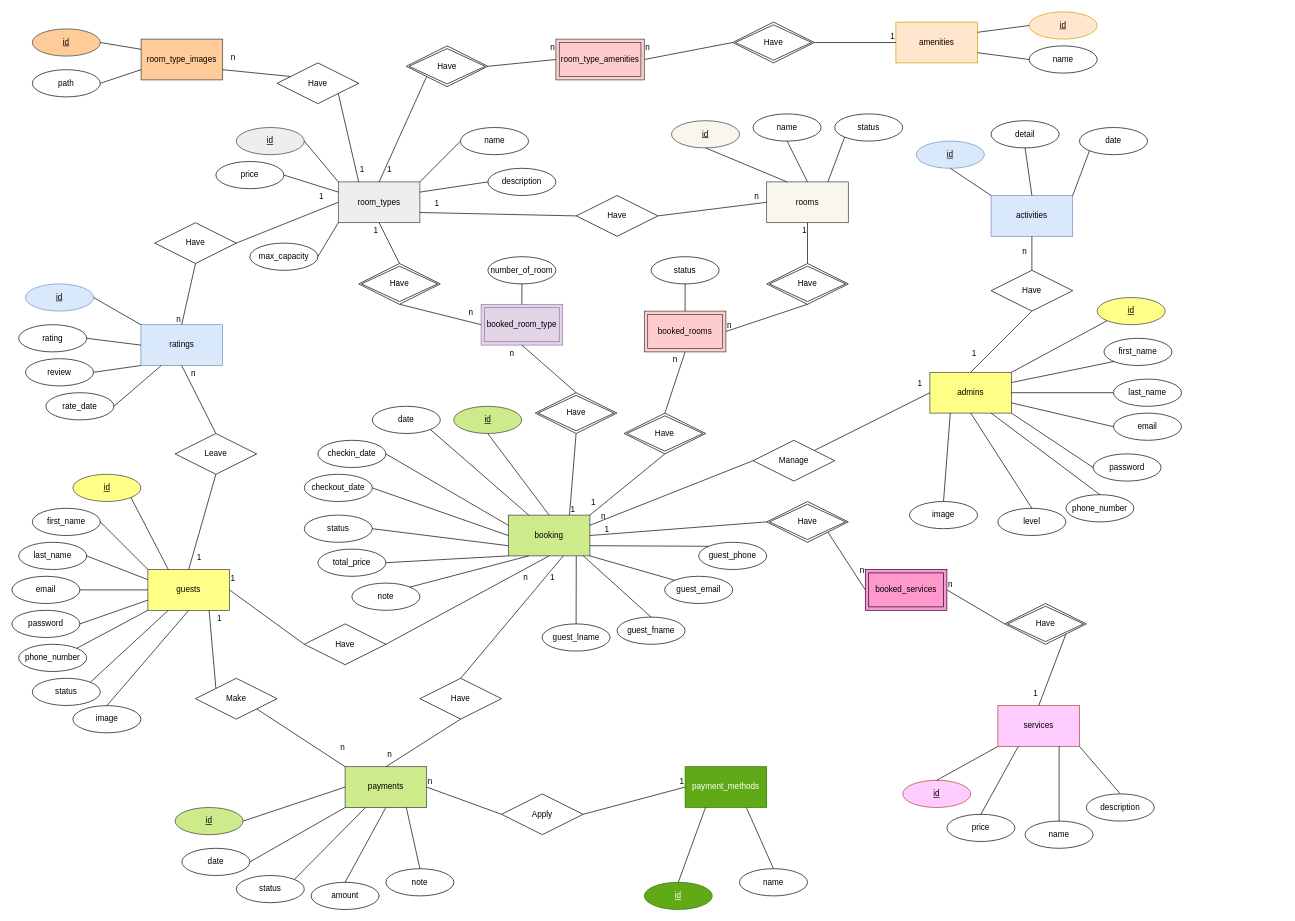
Earlier version of the draw.io diagram db_design/hotel_project2.drawio (tamgtasa2611/hotel_project2). Source tidied: cells renumbered, new cells numbered last; positions are measured from the earlier drawing's top-left corner, leaving out a move shared by most shapes. Both pictures are drawn from the tidied source at 68%, with x=0, y=0 at pixel (12, 12).
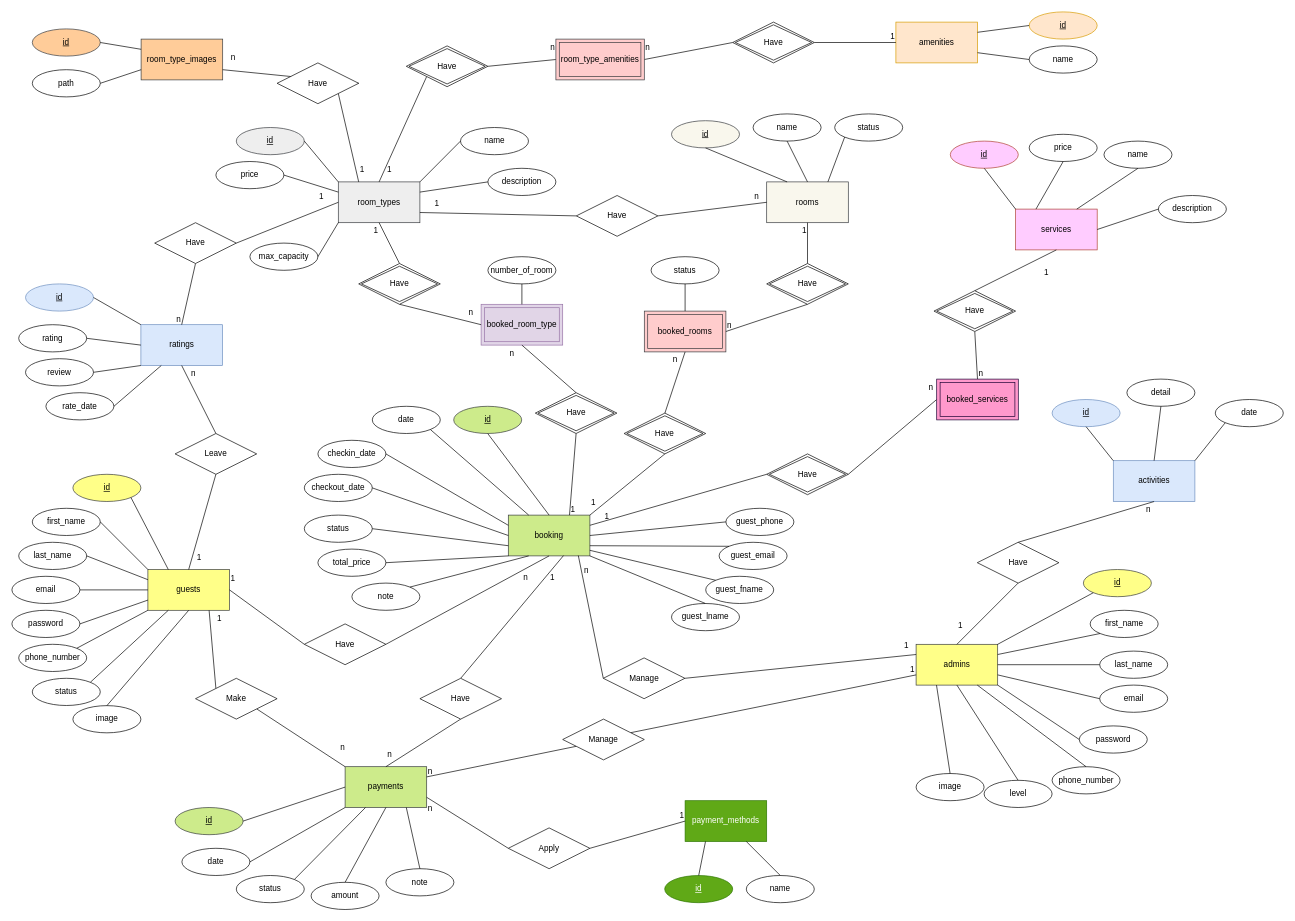
The same page after the edit.

Unchanged cells that the change refers to:
```xml
<mxCell id="7" value="booking" style="rounded=0;whiteSpace=wrap;html=1;fillColor=#cdeb8b;strokeColor=#36393d;" parent="1" vertex="1">
  <mxGeometry x="730" y="740" width="120" height="60" as="geometry" />
</mxCell>
<mxCell id="101" value="payments" style="rounded=0;whiteSpace=wrap;html=1;fillColor=#cdeb8b;strokeColor=#36393d;" parent="1" vertex="1">
  <mxGeometry x="490" y="1110" width="120" height="60" as="geometry" />
</mxCell>
<mxCell id="127" style="endArrow=none;html=1;rounded=0;exitX=0.5;exitY=0;exitDx=0;exitDy=0;entryX=0.5;entryY=1;entryDx=0;entryDy=0;" parent="1" edge="1" source="131" target="120">
  <mxGeometry relative="1" as="geometry" />
</mxCell>
```

Change to the diagram source:
```diff
@@
     <mxCell id="3" value="admins" style="rounded=0;whiteSpace=wrap;html=1;fillColor=#ffff88;strokeColor=#36393d;" parent="1" vertex="1">
-      <mxGeometry x="1350" y="530" width="120" height="60" as="geometry" />
+      <mxGeometry x="1329.7" y="930" width="120" height="60" as="geometry" />
     </mxCell>
@@
     <mxCell id="52" value="&lt;u&gt;id&lt;/u&gt;" style="ellipse;whiteSpace=wrap;html=1;align=center;fillColor=#ffff88;strokeColor=#36393d;" parent="1" vertex="1">
-      <mxGeometry x="1596" y="420" width="100" height="40" as="geometry" />
+      <mxGeometry x="1575.7" y="820" width="100" height="40" as="geometry" />
     </mxCell>
     <mxCell id="53" value="first_name" style="ellipse;whiteSpace=wrap;html=1;align=center;" parent="1" vertex="1">
-      <mxGeometry x="1606" y="480" width="100" height="40" as="geometry" />
+      <mxGeometry x="1585.7" y="880" width="100" height="40" as="geometry" />
     </mxCell>
     <mxCell id="54" value="email" style="ellipse;whiteSpace=wrap;html=1;align=center;" parent="1" vertex="1">
-      <mxGeometry x="1620" y="590" width="100" height="40" as="geometry" />
+      <mxGeometry x="1599.7" y="990" width="100" height="40" as="geometry" />
     </mxCell>
     <mxCell id="55" value="phone_number" style="ellipse;whiteSpace=wrap;html=1;align=center;" parent="1" vertex="1">
-      <mxGeometry x="1550" y="710" width="100" height="40" as="geometry" />
+      <mxGeometry x="1529.7" y="1110" width="100" height="40" as="geometry" />
     </mxCell>
@@
     <mxCell id="60" value="password" style="ellipse;whiteSpace=wrap;html=1;align=center;" parent="1" vertex="1">
-      <mxGeometry x="1590" y="650" width="100" height="40" as="geometry" />
+      <mxGeometry x="1569.7" y="1050" width="100" height="40" as="geometry" />
     </mxCell>
@@
-    <mxCell id="68" style="endArrow=none;html=1;rounded=0;exitX=1;exitY=0;exitDx=0;exitDy=0;entryX=0;entryY=0.5;entryDx=0;entryDy=0;" parent="1" edge="1" source="72" target="3">
+    <mxCell id="68" style="endArrow=none;html=1;rounded=0;exitX=1;exitY=0.5;exitDx=0;exitDy=0;entryX=0;entryY=0.25;entryDx=0;entryDy=0;" parent="1" edge="1" source="72" target="3">
       <mxGeometry relative="1" as="geometry" />
     </mxCell>
@@
-    <mxCell id="70" style="endArrow=none;html=1;rounded=0;exitX=1;exitY=0.25;exitDx=0;exitDy=0;entryX=0;entryY=0.5;entryDx=0;entryDy=0;" parent="1" edge="1" source="7" target="72">
+    <mxCell id="70" style="endArrow=none;html=1;rounded=0;entryX=0;entryY=0.5;entryDx=0;entryDy=0;exitX=0.858;exitY=0.992;exitDx=0;exitDy=0;exitPerimeter=0;" parent="1" edge="1" source="7" target="72">
       <mxGeometry relative="1" as="geometry" />
     </mxCell>
     <mxCell id="71" value="n" style="html=1;whiteSpace=wrap;align=left;verticalAlign=bottom;" parent="70" vertex="1">
       <mxGeometry x="-1" relative="1" as="geometry">
-        <mxPoint x="15" y="-5" as="offset" />
+        <mxPoint x="7" y="30" as="offset" />
       </mxGeometry>
     </mxCell>
     <mxCell id="72" value="Manage" style="shape=rhombus;perimeter=rhombusPerimeter;whiteSpace=wrap;html=1;align=center;" parent="1" vertex="1">
-      <mxGeometry x="1090" y="630" width="120" height="60" as="geometry" />
+      <mxGeometry x="869.7" y="950" width="120" height="60" as="geometry" />
     </mxCell>
@@
     <mxCell id="95" value="level" style="ellipse;whiteSpace=wrap;html=1;align=center;" parent="1" vertex="1">
-      <mxGeometry x="1450" y="730" width="100" height="40" as="geometry" />
+      <mxGeometry x="1429.7" y="1130" width="100" height="40" as="geometry" />
     </mxCell>
@@
     <mxCell id="97" value="last_name" style="ellipse;whiteSpace=wrap;html=1;align=center;" parent="1" vertex="1">
-      <mxGeometry x="1620" y="540" width="100" height="40" as="geometry" />
+      <mxGeometry x="1599.7" y="940" width="100" height="40" as="geometry" />
     </mxCell>
@@
     <mxCell id="99" value="image" style="ellipse;whiteSpace=wrap;html=1;align=center;" parent="1" vertex="1">
-      <mxGeometry x="1320" y="720" width="100" height="40" as="geometry" />
+      <mxGeometry x="1329.7" y="1120" width="100" height="40" as="geometry" />
     </mxCell>
@@
     <mxCell id="120" value="activities" style="rounded=0;whiteSpace=wrap;html=1;fillColor=#dae8fc;strokeColor=#6c8ebf;" parent="1" vertex="1">
-      <mxGeometry x="1440" y="270" width="120" height="60" as="geometry" />
+      <mxGeometry x="1619.7" y="660" width="120" height="60" as="geometry" />
     </mxCell>
     <mxCell id="121" value="&lt;u&gt;id&lt;/u&gt;" style="ellipse;whiteSpace=wrap;html=1;align=center;fillColor=#dae8fc;strokeColor=#6c8ebf;" parent="1" vertex="1">
-      <mxGeometry x="1330" y="190" width="100" height="40" as="geometry" />
+      <mxGeometry x="1529.7" y="570" width="100" height="40" as="geometry" />
     </mxCell>
@@
     <mxCell id="123" value="date" style="ellipse;whiteSpace=wrap;html=1;align=center;" parent="1" vertex="1">
-      <mxGeometry x="1570" y="170" width="100" height="40" as="geometry" />
+      <mxGeometry x="1769.7" y="570" width="100" height="40" as="geometry" />
     </mxCell>
@@
     <mxCell id="125" value="detail" style="ellipse;whiteSpace=wrap;html=1;align=center;" parent="1" vertex="1">
-      <mxGeometry x="1440" y="160" width="100" height="40" as="geometry" />
+      <mxGeometry x="1639.7" y="540" width="100" height="40" as="geometry" />
     </mxCell>
@@
     <mxCell id="128" value="n" style="html=1;whiteSpace=wrap;align=right;verticalAlign=bottom;" parent="127" vertex="1">
       <mxGeometry x="1" relative="1" as="geometry">
-        <mxPoint x="-6" y="30" as="offset" />
+        <mxPoint x="-4" y="20" as="offset" />
       </mxGeometry>
     </mxCell>
@@
     <mxCell id="131" value="Have" style="shape=rhombus;perimeter=rhombusPerimeter;whiteSpace=wrap;html=1;align=center;" parent="1" vertex="1">
-      <mxGeometry x="1440" y="380" width="120" height="60" as="geometry" />
+      <mxGeometry x="1419.7" y="780" width="120" height="60" as="geometry" />
     </mxCell>
     <mxCell id="132" value="payment_methods" style="rounded=0;whiteSpace=wrap;html=1;fillColor=#60a917;strokeColor=#2D7600;fontColor=#ffffff;" parent="1" vertex="1">
-      <mxGeometry x="990" y="1110" width="120" height="60" as="geometry" />
+      <mxGeometry x="990" y="1160" width="120" height="60" as="geometry" />
     </mxCell>
     <mxCell id="133" value="&lt;u&gt;id&lt;/u&gt;" style="ellipse;whiteSpace=wrap;html=1;align=center;fillColor=#60a917;strokeColor=#2D7600;fontColor=#ffffff;" parent="1" vertex="1">
-      <mxGeometry x="930" y="1280" width="100" height="40" as="geometry" />
+      <mxGeometry x="960" y="1270" width="100" height="40" as="geometry" />
     </mxCell>
     <mxCell id="134" value="name" style="ellipse;whiteSpace=wrap;html=1;align=center;" parent="1" vertex="1">
-      <mxGeometry x="1070" y="1260" width="100" height="40" as="geometry" />
+      <mxGeometry x="1080" y="1270" width="100" height="40" as="geometry" />
     </mxCell>
@@
-    <mxCell id="139" style="endArrow=none;html=1;rounded=0;exitX=1;exitY=0.5;exitDx=0;exitDy=0;entryX=0;entryY=0.5;entryDx=0;entryDy=0;" parent="1" edge="1" source="101" target="141">
+    <mxCell id="139" style="endArrow=none;html=1;rounded=0;exitX=1;exitY=0.75;exitDx=0;exitDy=0;entryX=0;entryY=0.5;entryDx=0;entryDy=0;" parent="1" edge="1" source="101" target="141">
       <mxGeometry relative="1" as="geometry" />
     </mxCell>
     <mxCell id="140" value="n" style="html=1;whiteSpace=wrap;align=left;verticalAlign=bottom;" parent="139" vertex="1">
-      <mxGeometry x="-1" relative="1" as="geometry" />
+      <mxGeometry x="-1" relative="1" as="geometry">
+        <mxPoint y="25" as="offset" />
+      </mxGeometry>
     </mxCell>
     <mxCell id="141" value="Apply" style="shape=rhombus;perimeter=rhombusPerimeter;whiteSpace=wrap;html=1;align=center;" parent="1" vertex="1">
-      <mxGeometry x="720" y="1150" width="120" height="60" as="geometry" />
+      <mxGeometry x="730" y="1200" width="120" height="60" as="geometry" />
     </mxCell>
@@
     <mxCell id="161" value="services" style="rounded=0;whiteSpace=wrap;html=1;fillColor=#FFCCFF;strokeColor=#ae4132;" parent="1" vertex="1">
-      <mxGeometry x="1450" y="1020.2" width="120" height="60" as="geometry" />
+      <mxGeometry x="1476" y="290" width="120" height="60" as="geometry" />
     </mxCell>
-    <mxCell id="162" style="endArrow=none;html=1;rounded=0;exitX=1;exitY=1;exitDx=0;exitDy=0;entryX=0;entryY=0.5;entryDx=0;entryDy=0;" parent="1" edge="1" source="190" target="187">
+    <mxCell id="162" style="endArrow=none;html=1;rounded=0;exitX=1;exitY=0.5;exitDx=0;exitDy=0;entryX=0;entryY=0.5;entryDx=0;entryDy=0;" parent="1" edge="1" source="190" target="187">
       <mxGeometry relative="1" as="geometry" />
     </mxCell>
     <mxCell id="163" value="n" style="html=1;whiteSpace=wrap;align=right;verticalAlign=bottom;" parent="162" vertex="1">
       <mxGeometry x="1" relative="1" as="geometry">
-        <mxPoint y="-20" as="offset" />
+        <mxPoint x="-4" y="-10" as="offset" />
       </mxGeometry>
     </mxCell>
-    <mxCell id="164" style="endArrow=none;html=1;rounded=0;entryX=0;entryY=0.5;entryDx=0;entryDy=0;exitX=1;exitY=0.5;exitDx=0;exitDy=0;" parent="1" edge="1" source="7" target="190">
+    <mxCell id="164" style="endArrow=none;html=1;rounded=0;entryX=0;entryY=0.5;entryDx=0;entryDy=0;exitX=1;exitY=0.25;exitDx=0;exitDy=0;" parent="1" edge="1" source="7" target="190">
       <mxGeometry relative="1" as="geometry" />
     </mxCell>
     <mxCell id="165" value="1" style="html=1;whiteSpace=wrap;align=left;verticalAlign=bottom;" parent="164" vertex="1">
       <mxGeometry x="-1" relative="1" as="geometry">
-        <mxPoint x="20" as="offset" />
+        <mxPoint x="20" y="-5" as="offset" />
       </mxGeometry>
     </mxCell>
-    <mxCell id="166" style="endArrow=none;html=1;rounded=0;exitX=1;exitY=1;exitDx=0;exitDy=0;entryX=0.5;entryY=0;entryDx=0;entryDy=0;" parent="1" edge="1" source="191" target="161">
+    <mxCell id="166" style="endArrow=none;html=1;rounded=0;exitX=0.5;exitY=0;exitDx=0;exitDy=0;entryX=0.5;entryY=1;entryDx=0;entryDy=0;" parent="1" edge="1" source="191" target="161">
       <mxGeometry relative="1" as="geometry" />
     </mxCell>
     <mxCell id="167" value="1" style="html=1;whiteSpace=wrap;align=right;verticalAlign=bottom;" parent="166" vertex="1">
       <mxGeometry x="1" relative="1" as="geometry">
-        <mxPoint y="-10" as="offset" />
+        <mxPoint x="-10" y="41" as="offset" />
       </mxGeometry>
     </mxCell>
-    <mxCell id="168" style="endArrow=none;html=1;rounded=0;exitX=1;exitY=0.5;exitDx=0;exitDy=0;entryX=0;entryY=0.5;entryDx=0;entryDy=0;" parent="1" edge="1" source="187" target="191">
+    <mxCell id="168" style="endArrow=none;html=1;rounded=0;exitX=0.5;exitY=0;exitDx=0;exitDy=0;entryX=0.5;entryY=1;entryDx=0;entryDy=0;" parent="1" edge="1" source="187" target="191">
       <mxGeometry relative="1" as="geometry" />
     </mxCell>
@@
     <mxCell id="170" value="&lt;u&gt;id&lt;/u&gt;" style="ellipse;whiteSpace=wrap;html=1;align=center;fillColor=#FFCCFF;strokeColor=#ae4132;" parent="1" vertex="1">
-      <mxGeometry x="1310" y="1130" width="100" height="40" as="geometry" />
+      <mxGeometry x="1380" y="190" width="100" height="40" as="geometry" />
     </mxCell>
-    <mxCell id="171" style="endArrow=none;html=1;rounded=0;exitX=0;exitY=1;exitDx=0;exitDy=0;entryX=0.5;entryY=0;entryDx=0;entryDy=0;" parent="1" edge="1" source="161" target="170">
+    <mxCell id="171" style="endArrow=none;html=1;rounded=0;exitX=0;exitY=0;exitDx=0;exitDy=0;entryX=0.5;entryY=1;entryDx=0;entryDy=0;" parent="1" edge="1" source="161" target="170">
       <mxGeometry relative="1" as="geometry" />
     </mxCell>
     <mxCell id="172" value="name" style="ellipse;whiteSpace=wrap;html=1;align=center;" parent="1" vertex="1">
-      <mxGeometry x="1490" y="1190" width="100" height="40" as="geometry" />
+      <mxGeometry x="1606" y="190" width="100" height="40" as="geometry" />
     </mxCell>
-    <mxCell id="173" style="endArrow=none;html=1;rounded=0;entryX=0.75;entryY=1;entryDx=0;entryDy=0;exitX=0.5;exitY=0;exitDx=0;exitDy=0;" parent="1" edge="1" source="172" target="161">
+    <mxCell id="173" style="endArrow=none;html=1;rounded=0;entryX=0.75;entryY=0;entryDx=0;entryDy=0;exitX=0.5;exitY=1;exitDx=0;exitDy=0;" parent="1" edge="1" source="172" target="161">
       <mxGeometry relative="1" as="geometry" />
     </mxCell>
     <mxCell id="174" value="description" style="ellipse;whiteSpace=wrap;html=1;align=center;" parent="1" vertex="1">
-      <mxGeometry x="1580" y="1150" width="100" height="40" as="geometry" />
+      <mxGeometry x="1686" y="270" width="100" height="40" as="geometry" />
     </mxCell>
-    <mxCell id="175" style="endArrow=none;html=1;rounded=0;entryX=1;entryY=1;entryDx=0;entryDy=0;exitX=0.5;exitY=0;exitDx=0;exitDy=0;" parent="1" edge="1" source="174" target="161">
+    <mxCell id="175" style="endArrow=none;html=1;rounded=0;entryX=1;entryY=0.5;entryDx=0;entryDy=0;exitX=0;exitY=0.5;exitDx=0;exitDy=0;" parent="1" edge="1" source="174" target="161">
       <mxGeometry relative="1" as="geometry" />
     </mxCell>
@@
     <mxCell id="183" value="price" style="ellipse;whiteSpace=wrap;html=1;align=center;" parent="1" vertex="1">
-      <mxGeometry x="1375" y="1180" width="100" height="40" as="geometry" />
+      <mxGeometry x="1496" y="180" width="100" height="40" as="geometry" />
     </mxCell>
-    <mxCell id="184" style="endArrow=none;html=1;rounded=0;entryX=0.25;entryY=1;entryDx=0;entryDy=0;exitX=0.5;exitY=0;exitDx=0;exitDy=0;" parent="1" edge="1" source="183" target="161">
+    <mxCell id="184" style="endArrow=none;html=1;rounded=0;entryX=0.25;entryY=0;entryDx=0;entryDy=0;exitX=0.5;exitY=1;exitDx=0;exitDy=0;" parent="1" edge="1" source="183" target="161">
       <mxGeometry relative="1" as="geometry" />
     </mxCell>
@@
     <mxCell id="187" value="booked_services" style="shape=ext;margin=3;double=1;whiteSpace=wrap;html=1;align=center;fillColor=#ff99cc;strokeColor=#190033;" parent="1" vertex="1">
-      <mxGeometry x="1255" y="820" width="120" height="60" as="geometry" />
+      <mxGeometry x="1360" y="540" width="120" height="60" as="geometry" />
     </mxCell>
@@
     <mxCell id="190" value="Have" style="shape=rhombus;double=1;perimeter=rhombusPerimeter;whiteSpace=wrap;html=1;align=center;" parent="1" vertex="1">
-      <mxGeometry x="1110" y="720" width="120" height="60" as="geometry" />
+      <mxGeometry x="1110" y="650" width="120" height="60" as="geometry" />
     </mxCell>
     <mxCell id="191" value="Have" style="shape=rhombus;double=1;perimeter=rhombusPerimeter;whiteSpace=wrap;html=1;align=center;" parent="1" vertex="1">
-      <mxGeometry x="1460" y="870" width="120" height="60" as="geometry" />
+      <mxGeometry x="1356" y="410" width="120" height="60" as="geometry" />
     </mxCell>
@@
     <mxCell id="219" value="guest_lname" style="ellipse;whiteSpace=wrap;html=1;align=center;" parent="1" vertex="1">
-      <mxGeometry x="779.7" y="900" width="100" height="40" as="geometry" />
+      <mxGeometry x="970" y="870" width="100" height="40" as="geometry" />
     </mxCell>
     <mxCell id="220" value="guest_email" style="ellipse;whiteSpace=wrap;html=1;align=center;" parent="1" vertex="1">
-      <mxGeometry x="960" y="830" width="100" height="40" as="geometry" />
+      <mxGeometry x="1040" y="780" width="100" height="40" as="geometry" />
     </mxCell>
     <mxCell id="221" value="guest_phone" style="ellipse;whiteSpace=wrap;html=1;align=center;" parent="1" vertex="1">
-      <mxGeometry x="1010" y="780" width="100" height="40" as="geometry" />
+      <mxGeometry x="1050" y="730" width="100" height="40" as="geometry" />
     </mxCell>
-    <mxCell id="222" style="endArrow=none;html=1;rounded=0;exitX=0.5;exitY=0;exitDx=0;exitDy=0;entryX=0.833;entryY=1.005;entryDx=0;entryDy=0;entryPerimeter=0;" parent="1" edge="1" source="219" target="7">
+    <mxCell id="222" style="endArrow=none;html=1;rounded=0;exitX=0.5;exitY=0;exitDx=0;exitDy=0;entryX=1;entryY=1;entryDx=0;entryDy=0;" parent="1" edge="1" source="219" target="7">
       <mxGeometry relative="1" as="geometry" />
     </mxCell>
-    <mxCell id="223" style="endArrow=none;html=1;rounded=0;exitX=0;exitY=0;exitDx=0;exitDy=0;entryX=1;entryY=1;entryDx=0;entryDy=0;" parent="1" edge="1" source="220" target="7">
+    <mxCell id="223" style="endArrow=none;html=1;rounded=0;exitX=0;exitY=0;exitDx=0;exitDy=0;entryX=1;entryY=0.75;entryDx=0;entryDy=0;" parent="1" edge="1" source="220" target="7">
       <mxGeometry relative="1" as="geometry" />
     </mxCell>
-    <mxCell id="224" style="endArrow=none;html=1;rounded=0;exitX=0;exitY=0;exitDx=0;exitDy=0;entryX=1;entryY=0.75;entryDx=0;entryDy=0;" parent="1" edge="1" source="221" target="7">
+    <mxCell id="224" style="endArrow=none;html=1;rounded=0;exitX=0;exitY=0.5;exitDx=0;exitDy=0;entryX=1;entryY=0.5;entryDx=0;entryDy=0;" parent="1" edge="1" source="221" target="7">
       <mxGeometry relative="1" as="geometry" />
     </mxCell>
     <mxCell id="225" value="guest_fname" style="ellipse;whiteSpace=wrap;html=1;align=center;" parent="1" vertex="1">
-      <mxGeometry x="890" y="890" width="100" height="40" as="geometry" />
+      <mxGeometry x="1020.3" y="830" width="100" height="40" as="geometry" />
     </mxCell>
-    <mxCell id="226" style="endArrow=none;html=1;rounded=0;exitX=0.5;exitY=0;exitDx=0;exitDy=0;entryX=0.918;entryY=0.997;entryDx=0;entryDy=0;entryPerimeter=0;" parent="1" edge="1" source="225" target="7">
+    <mxCell id="226" style="endArrow=none;html=1;rounded=0;entryX=0.999;entryY=0.863;entryDx=0;entryDy=0;entryPerimeter=0;exitX=0;exitY=0;exitDx=0;exitDy=0;" parent="1" edge="1" source="225" target="7">
       <mxGeometry relative="1" as="geometry" />
     </mxCell>
+    <mxCell id="227" style="endArrow=none;html=1;rounded=0;exitX=1;exitY=0.25;exitDx=0;exitDy=0;entryX=0;entryY=0.75;entryDx=0;entryDy=0;" parent="1" edge="1" source="231" target="3">
+      <mxGeometry relative="1" as="geometry" />
+    </mxCell>
+    <mxCell id="228" value="1" style="html=1;whiteSpace=wrap;align=right;verticalAlign=bottom;" parent="227" vertex="1">
+      <mxGeometry x="1" relative="1" as="geometry" />
+    </mxCell>
+    <mxCell id="229" style="endArrow=none;html=1;rounded=0;exitX=1;exitY=0.25;exitDx=0;exitDy=0;entryX=0;entryY=0.75;entryDx=0;entryDy=0;" parent="1" edge="1" source="101" target="231">
+      <mxGeometry relative="1" as="geometry" />
+    </mxCell>
+    <mxCell id="230" value="n" style="html=1;whiteSpace=wrap;align=left;verticalAlign=bottom;" parent="229" vertex="1">
+      <mxGeometry x="-1" relative="1" as="geometry" />
+    </mxCell>
+    <mxCell id="231" value="Manage" style="shape=rhombus;perimeter=rhombusPerimeter;whiteSpace=wrap;html=1;align=center;" parent="1" vertex="1">
+      <mxGeometry x="810" y="1040" width="120" height="60" as="geometry" />
+    </mxCell>
```
